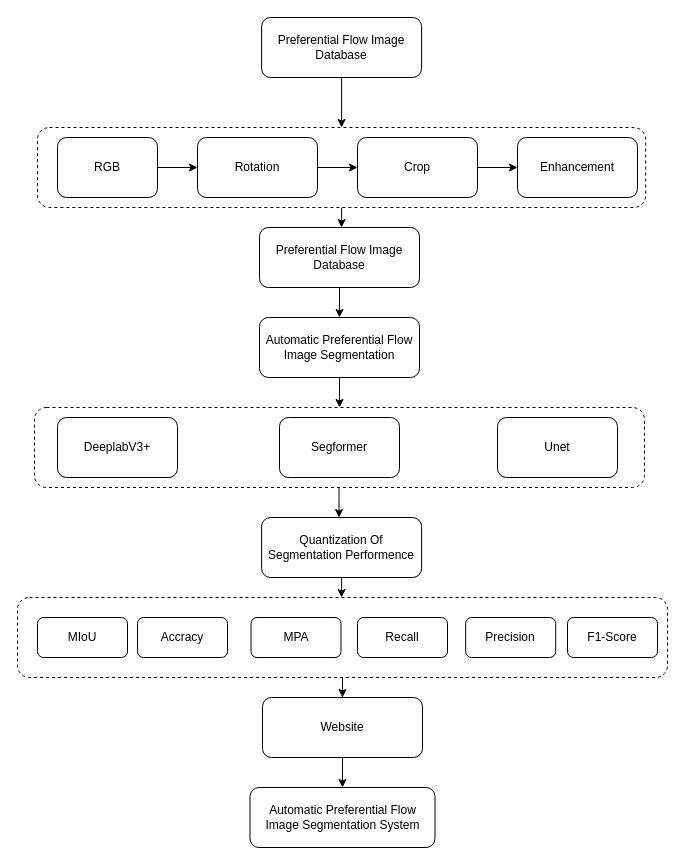
Above: 未命名绘图.drawio in lhy-nw1217/Draw (draw.io), before the change. Source tidied: cells renumbered, new cells numbered last; positions are measured from the earlier drawing's top-left corner, leaving out a move shared by most shapes. Both pictures are drawn from the tidied source at 100%, with x=0, y=0 at pixel (17, 17).
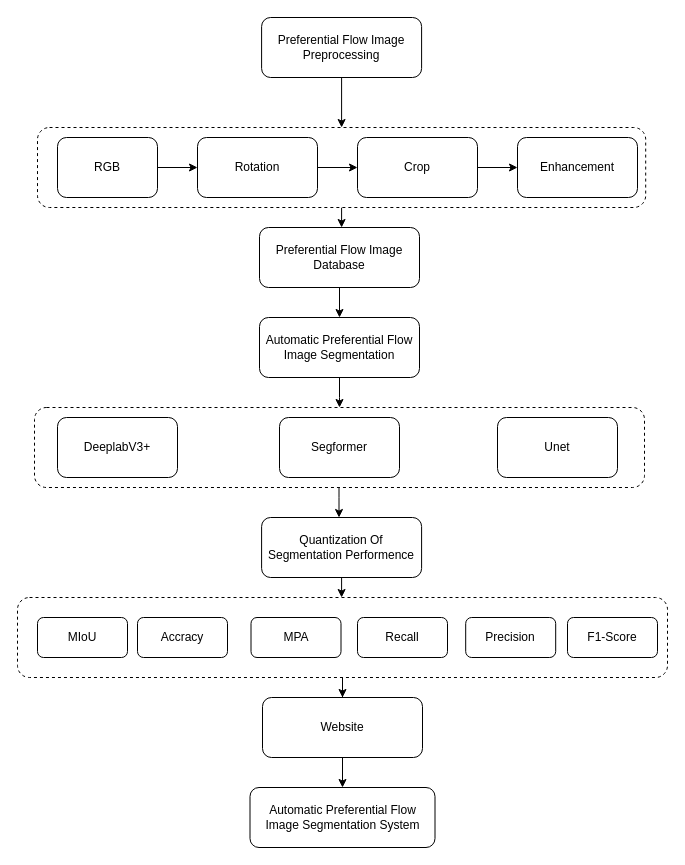
After the change.

Commit message:
更新未命名绘图.drawio

The edit, as a diff of the source:
```diff
@@
-    <mxCell id="22" value="Preferential Flow Image Database" style="rounded=1;whiteSpace=wrap;html=1;" parent="1" vertex="1">
+    <mxCell id="22" value="Preferential Flow Image Preprocessing" style="rounded=1;whiteSpace=wrap;html=1;" parent="1" vertex="1">
       <mxGeometry x="244.1" width="160" height="60" as="geometry" />
     </mxCell>
```
